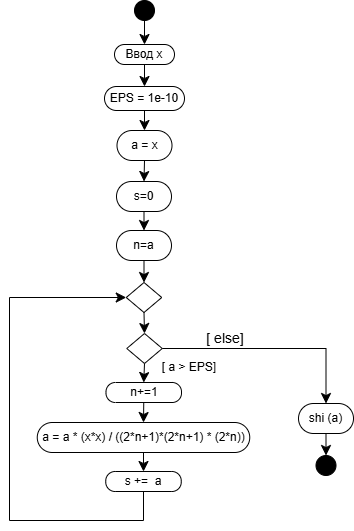
This is docs/Diagrama sem nome.drawio.png from Pascoalpm/laboratorio-python-condicionais-ciclos, a draw.io export, as it was before one commit. Source tidied: cells renumbered, new cells last; positions are measured from the earlier drawing's top-left corner, leaving out a move shared by most shapes.
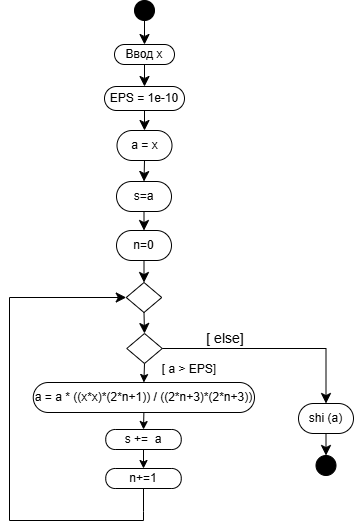
Later version of the same file.

Change to the diagram source:
```diff
@@ -20,10 +20,10 @@
     <mxCell id="7" value="a = x" style="rounded=1;whiteSpace=wrap;html=1;arcSize=50;" parent="1" vertex="1">
       <mxGeometry x="107.5" y="130" width="55" height="30" as="geometry" />
     </mxCell>
-    <mxCell id="8" value="s=0" style="rounded=1;whiteSpace=wrap;html=1;arcSize=50;" parent="1" vertex="1">
+    <mxCell id="8" value="s=a" style="rounded=1;whiteSpace=wrap;html=1;arcSize=50;" parent="1" vertex="1">
       <mxGeometry x="107" y="181" width="55" height="30" as="geometry" />
     </mxCell>
-    <mxCell id="9" value="n=a" style="rounded=1;whiteSpace=wrap;html=1;arcSize=50;" parent="1" vertex="1">
+    <mxCell id="9" value="n=0" style="rounded=1;whiteSpace=wrap;html=1;arcSize=50;" parent="1" vertex="1">
       <mxGeometry x="107" y="230" width="55" height="30" as="geometry" />
     </mxCell>
     <mxCell id="10" style="endArrow=classic;html=1;rounded=0;fontSize=12;startSize=8;endSize=8;curved=1;exitX=0.5;exitY=1;exitDx=0;exitDy=0;entryX=0.5;entryY=0;entryDx=0;entryDy=0;" parent="1" edge="1" source="4" target="7">
@@ -41,14 +41,11 @@
     <mxCell id="14" style="rhombus;whiteSpace=wrap;html=1;" parent="1" vertex="1">
       <mxGeometry x="117.2" y="333" width="35.5" height="30" as="geometry" />
     </mxCell>
-    <mxCell id="15" value="a = a * (x*x) / ((2*n+1)*(2*n+1) * (2*n))" style="rounded=1;whiteSpace=wrap;html=1;arcSize=50;" parent="1" vertex="1">
-      <mxGeometry x="27.8" y="422" width="212.5" height="30" as="geometry" />
+    <mxCell id="15" value="a = a * ((x*x)*(2*n+1))&amp;nbsp;/ ((2*n+3)*(2*n+3))" style="rounded=1;whiteSpace=wrap;html=1;arcSize=50;" parent="1" vertex="1">
+      <mxGeometry x="23.8" y="382" width="221.2" height="30" as="geometry" />
     </mxCell>
-    <mxCell id="16" value="n+=1" style="rounded=1;whiteSpace=wrap;html=1;arcSize=47;" parent="1" vertex="1">
-      <mxGeometry x="96.5" y="382" width="75.5" height="20" as="geometry" />
-    </mxCell>
     <mxCell id="17" value="s +=&amp;nbsp; a" style="rounded=1;whiteSpace=wrap;html=1;arcSize=47;" parent="1" vertex="1">
-      <mxGeometry x="96.2" y="471" width="75.5" height="20" as="geometry" />
+      <mxGeometry x="96.2" y="429" width="75.5" height="20" as="geometry" />
     </mxCell>
     <mxCell id="18" style="endArrow=classic;html=1;rounded=0;fontSize=12;startSize=8;endSize=8;curved=1;exitX=0.5;exitY=1;exitDx=0;exitDy=0;entryX=0.5;entryY=0;entryDx=0;entryDy=0;" parent="1" edge="1" source="9" target="13">
       <mxGeometry relative="1" as="geometry" />
@@ -56,18 +53,10 @@
     <mxCell id="19" style="endArrow=classic;html=1;rounded=0;fontSize=12;startSize=8;endSize=8;curved=1;exitX=0.5;exitY=1;exitDx=0;exitDy=0;entryX=0.5;entryY=0;entryDx=0;entryDy=0;" parent="1" edge="1" source="13" target="14">
       <mxGeometry relative="1" as="geometry" />
     </mxCell>
-    <mxCell id="20" style="endArrow=classic;html=1;rounded=0;fontSize=12;startSize=8;endSize=8;curved=1;exitX=0.5;exitY=1;exitDx=0;exitDy=0;entryX=0.5;entryY=0;entryDx=0;entryDy=0;" parent="1" edge="1" source="14" target="16">
-      <mxGeometry relative="1" as="geometry" />
-    </mxCell>
-    <mxCell id="21" style="endArrow=classic;html=1;rounded=0;fontSize=12;startSize=8;endSize=8;curved=1;exitX=0.5;exitY=1;exitDx=0;exitDy=0;entryX=0.5;entryY=0;entryDx=0;entryDy=0;" parent="1" edge="1" source="16" target="15">
-      <mxGeometry relative="1" as="geometry" />
-    </mxCell>
-    <mxCell id="22" style="endArrow=classic;html=1;rounded=0;fontSize=12;startSize=8;endSize=8;curved=1;exitX=0.5;exitY=1;exitDx=0;exitDy=0;entryX=0.5;entryY=0;entryDx=0;entryDy=0;" parent="1" edge="1" source="15" target="17">
-      <mxGeometry relative="1" as="geometry" />
-    </mxCell>
-    <mxCell id="23" style="endArrow=classic;html=1;rounded=0;fontSize=12;startSize=8;endSize=8;edgeStyle=orthogonalEdgeStyle;exitX=0.5;exitY=1;exitDx=0;exitDy=0;entryX=0;entryY=0.5;entryDx=0;entryDy=0;" parent="1" edge="1" source="17" target="13">
+    <mxCell id="23" style="endArrow=classic;html=1;rounded=0;fontSize=12;startSize=8;endSize=8;edgeStyle=orthogonalEdgeStyle;exitX=0.5;exitY=1;exitDx=0;exitDy=0;entryX=0;entryY=0.5;entryDx=0;entryDy=0;" parent="1" edge="1" source="16" target="13">
       <mxGeometry relative="1" as="geometry">
         <Array as="points">
+          <mxPoint x="134" y="511" />
           <mxPoint x="134" y="520" />
           <mxPoint y="520" />
           <mxPoint y="297" />
@@ -87,10 +76,22 @@
       <mxGeometry relative="1" as="geometry" />
     </mxCell>
     <mxCell id="28" value="&lt;font style=&quot;font-size: 12px;&quot;&gt;[ a &amp;gt; EPS]&lt;/font&gt;" style="text;html=1;whiteSpace=wrap;strokeColor=none;fillColor=none;align=center;verticalAlign=middle;rounded=0;fontSize=16;" parent="1" vertex="1">
-      <mxGeometry x="130" y="350" width="100" height="30" as="geometry" />
+      <mxGeometry x="130" y="352" width="100" height="30" as="geometry" />
     </mxCell>
     <mxCell id="29" value="&lt;font style=&quot;font-size: 14px;&quot;&gt;[ else]&lt;/font&gt;" style="text;html=1;whiteSpace=wrap;strokeColor=none;fillColor=none;align=center;verticalAlign=middle;rounded=0;fontSize=16;" parent="1" vertex="1">
       <mxGeometry x="186" y="322" width="60" height="30" as="geometry" />
     </mxCell>
+    <mxCell id="16" value="n+=1" style="rounded=1;whiteSpace=wrap;html=1;arcSize=47;" parent="1" vertex="1">
+      <mxGeometry x="96.2" y="468" width="75.5" height="20" as="geometry" />
+    </mxCell>
+    <mxCell id="30" style="endArrow=classic;html=1;rounded=0;exitX=0.5;exitY=1;exitDx=0;exitDy=0;entryX=0.5;entryY=0;entryDx=0;entryDy=0;" parent="1" edge="1" source="14" target="15">
+      <mxGeometry relative="1" as="geometry" />
+    </mxCell>
+    <mxCell id="22" style="endArrow=classic;html=1;rounded=0;exitX=0.5;exitY=1;exitDx=0;exitDy=0;entryX=0.5;entryY=0;entryDx=0;entryDy=0;" parent="1" edge="1" source="15" target="17">
+      <mxGeometry relative="1" as="geometry" />
+    </mxCell>
+    <mxCell id="31" style="endArrow=classic;html=1;rounded=0;exitX=0.5;exitY=1;exitDx=0;exitDy=0;entryX=0.5;entryY=0;entryDx=0;entryDy=0;" parent="1" edge="1" source="17" target="16">
+      <mxGeometry relative="1" as="geometry" />
+    </mxCell>
   </root>
 </mxGraphModel>
```
